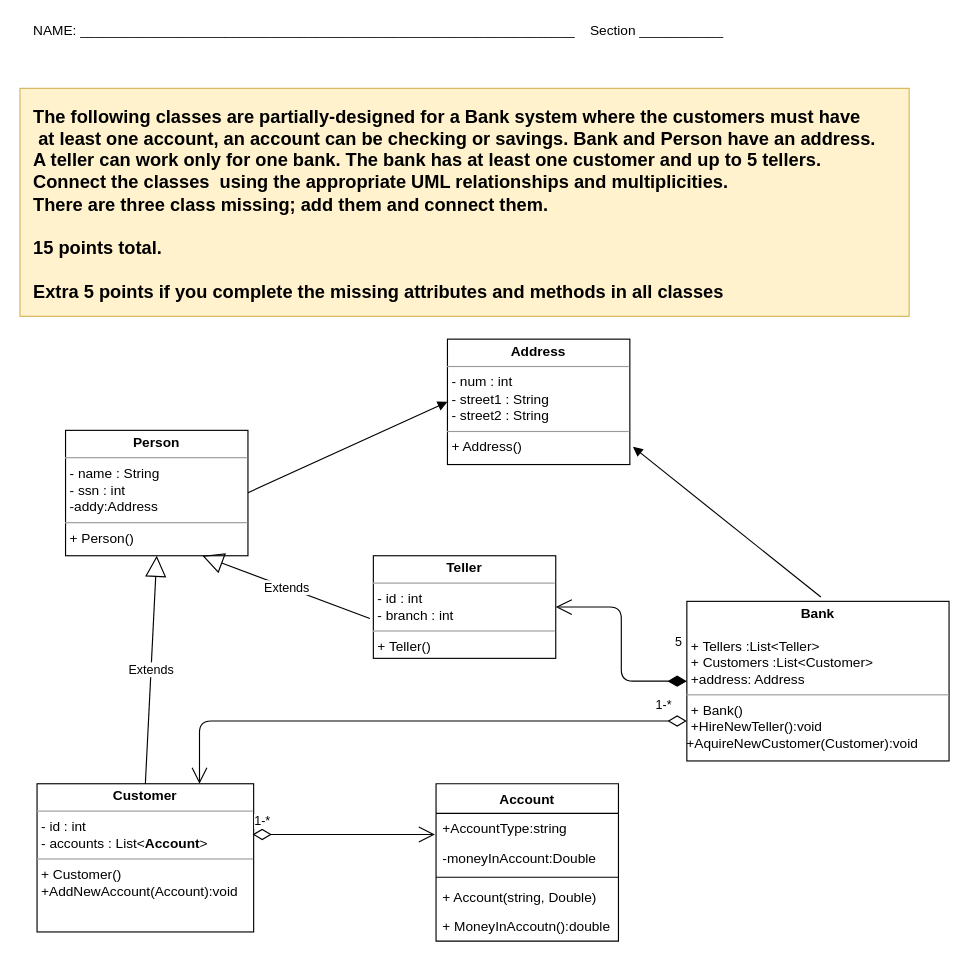
The draw.io diagram page "Class Diagram" (2 of 4) of Caleb Rosebaugh-Exam 1 Section b.drawio in Rosebaugh/CS501, before the edit. Source tidied: cells renumbered, new cells numbered last; positions are measured from the earlier drawing's top-left corner, leaving out a move shared by most shapes. Both pictures are drawn from the tidied source at 114%, with x=0, y=0 at pixel (19, 19).
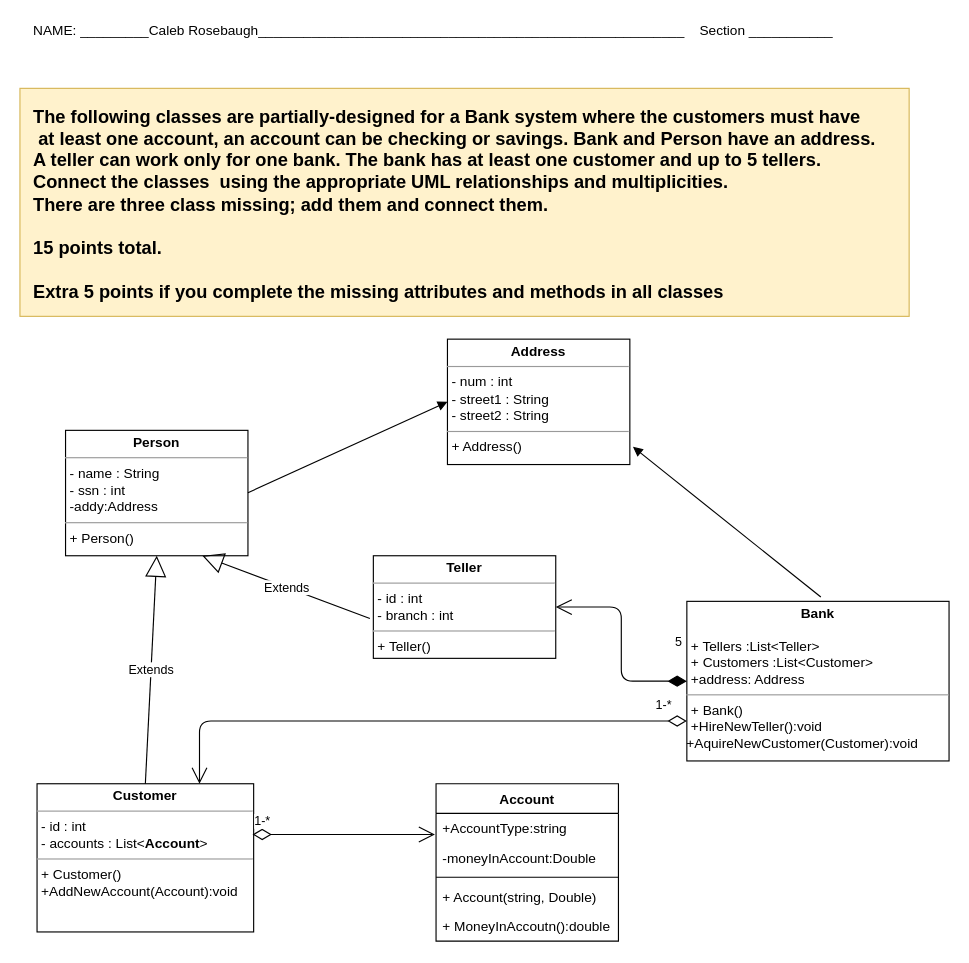
The same page after the edit.

Change to the diagram source:
```diff
@@
-    <mxCell id="8" value="NAME: _________________________________________________________________&amp;nbsp; &amp;nbsp; Section ___________" style="text;html=1;align=left;verticalAlign=middle;" parent="1" vertex="1">
-      <mxGeometry x="10" width="620" height="20" as="geometry" />
+    <mxCell id="8" value="NAME: _________Caleb Rosebaugh________________________________________________________&amp;nbsp; &amp;nbsp; Section ___________" style="text;html=1;align=left;verticalAlign=middle;" parent="1" vertex="1">
+      <mxGeometry x="10" width="720" height="20" as="geometry" />
     </mxCell>
```
